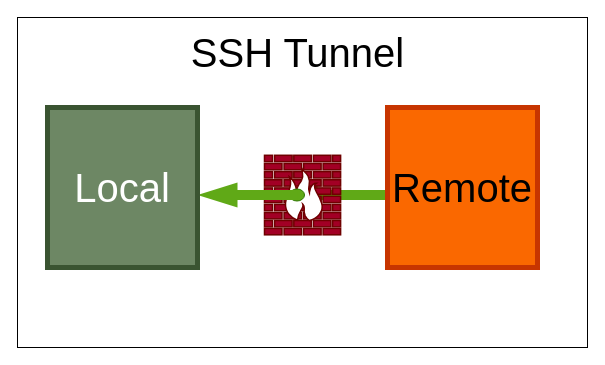
devnull-hub/devnull.github.io keeps this draw.io diagram as blog/linux/ssh/tunnel/ssh_tunnel.drawio. Above is the earlier version. Source tidied: cells renumbered, new cells numbered last; positions are measured from the earlier drawing's top-left corner, leaving out a move shared by most shapes. Both pictures are drawn from the tidied source at 100%, with x=0, y=0 at pixel (17, 17).
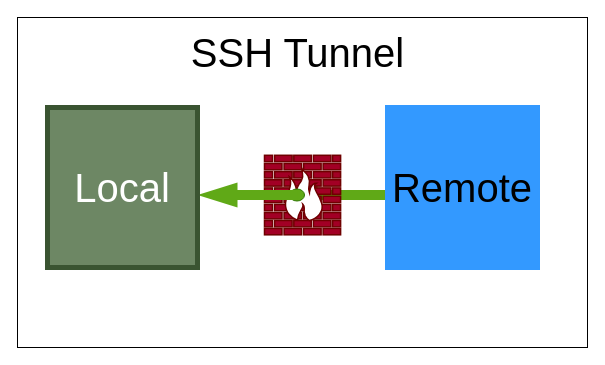
The same page after the edit.

The edit, as a diff of the source:
```diff
@@
 <mxGraphModel>
   <root>
     <mxCell id="0" />
     <mxCell id="1" parent="0" />
     <mxCell id="2" style="whiteSpace=wrap;html=1;fontSize=40;strokeWidth=1;" parent="1" vertex="1">
       <mxGeometry width="570" height="330" as="geometry" />
     </mxCell>
     <mxCell id="3" style="html=1;shadow=0;dashed=0;align=center;verticalAlign=middle;shape=mxgraph.arrows2.arrow;dy=0.6;dx=40;flipH=1;notch=0;fontSize=40;strokeColor=none;strokeWidth=5;fillColor=#60a917;fontColor=#ffffff;" parent="1" vertex="1">
       <mxGeometry x="260" y="165" width="110" height="25" as="geometry" />
     </mxCell>
     <mxCell id="4" style="fontColor=#ffffff;verticalAlign=top;verticalLabelPosition=bottom;labelPosition=center;align=center;html=1;fillColor=#a20025;strokeColor=#6F0000;gradientDirection=north;strokeWidth=2;shape=mxgraph.networks.firewall;fontSize=40;" parent="1" vertex="1">
       <mxGeometry x="247" y="137.8" width="76.1" height="79.5" as="geometry" />
     </mxCell>
     <mxCell id="5" style="strokeWidth=1;html=1;shape=mxgraph.flowchart.start_2;whiteSpace=wrap;fontSize=40;fillColor=#60a917;strokeColor=#2D7600;fontColor=#ffffff;" parent="1" vertex="1">
       <mxGeometry x="272" y="171.5" width="15" height="12" as="geometry" />
     </mxCell>
     <mxCell id="6" style="html=1;shadow=0;dashed=0;align=center;verticalAlign=middle;shape=mxgraph.arrows2.arrow;dy=0.6;dx=40;flipH=1;notch=0;fontSize=40;strokeColor=none;strokeWidth=5;fillColor=#60a917;fontColor=#ffffff;" parent="1" vertex="1">
       <mxGeometry x="180" y="165" width="100" height="25" as="geometry" />
     </mxCell>
     <mxCell id="7" value="&lt;font style=&quot;font-size: 40px&quot;&gt;SSH Tunnel&lt;/font&gt;" style="text;html=1;align=center;verticalAlign=middle;fillColor=none;strokeColor=none;rounded=0;" parent="1" vertex="1">
       <mxGeometry x="164.5" y="20" width="230" height="30" as="geometry" />
     </mxCell>
     <mxCell id="8" value="&lt;div&gt;&lt;span&gt;Local&lt;/span&gt;&lt;/div&gt;" style="whiteSpace=wrap;html=1;fontSize=40;fillColor=#6d8764;fontColor=#ffffff;strokeColor=#3A5431;align=center;strokeWidth=5;" parent="1" vertex="1">
       <mxGeometry x="30" y="90" width="150" height="160" as="geometry" />
     </mxCell>
-    <mxCell id="9" value="&lt;div&gt;&lt;span&gt;Remote&lt;/span&gt;&lt;/div&gt;" style="whiteSpace=wrap;html=1;fontSize=40;fillColor=#fa6800;fontColor=#000000;strokeColor=#C73500;align=center;strokeWidth=5;" parent="1" vertex="1">
+    <mxCell id="9" value="&lt;div&gt;&lt;span&gt;Remote&lt;/span&gt;&lt;/div&gt;" style="whiteSpace=wrap;html=1;fontSize=40;fillColor=#3399FF;fontColor=#000000;strokeColor=#3399FF;align=center;strokeWidth=5;" parent="1" vertex="1">
       <mxGeometry x="370" y="90" width="150" height="160" as="geometry" />
     </mxCell>
   </root>
 </mxGraphModel>
```
